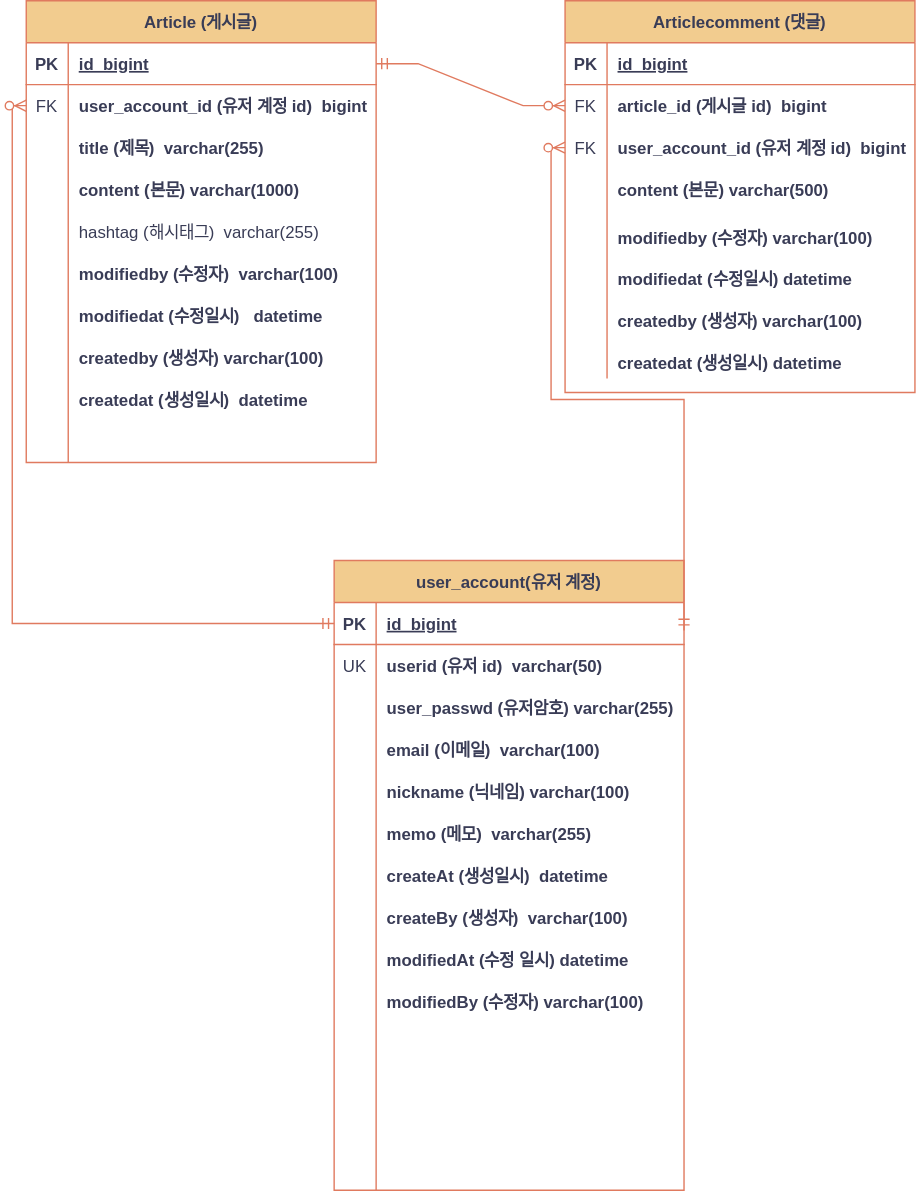
elephant97/fastcampus-project-board keeps this draw.io diagram as document/project-board-erd.svg. Above is the earlier version. Source tidied: cells renumbered, new cells last; positions are measured from the earlier drawing's top-left corner, leaving out a move shared by most shapes.
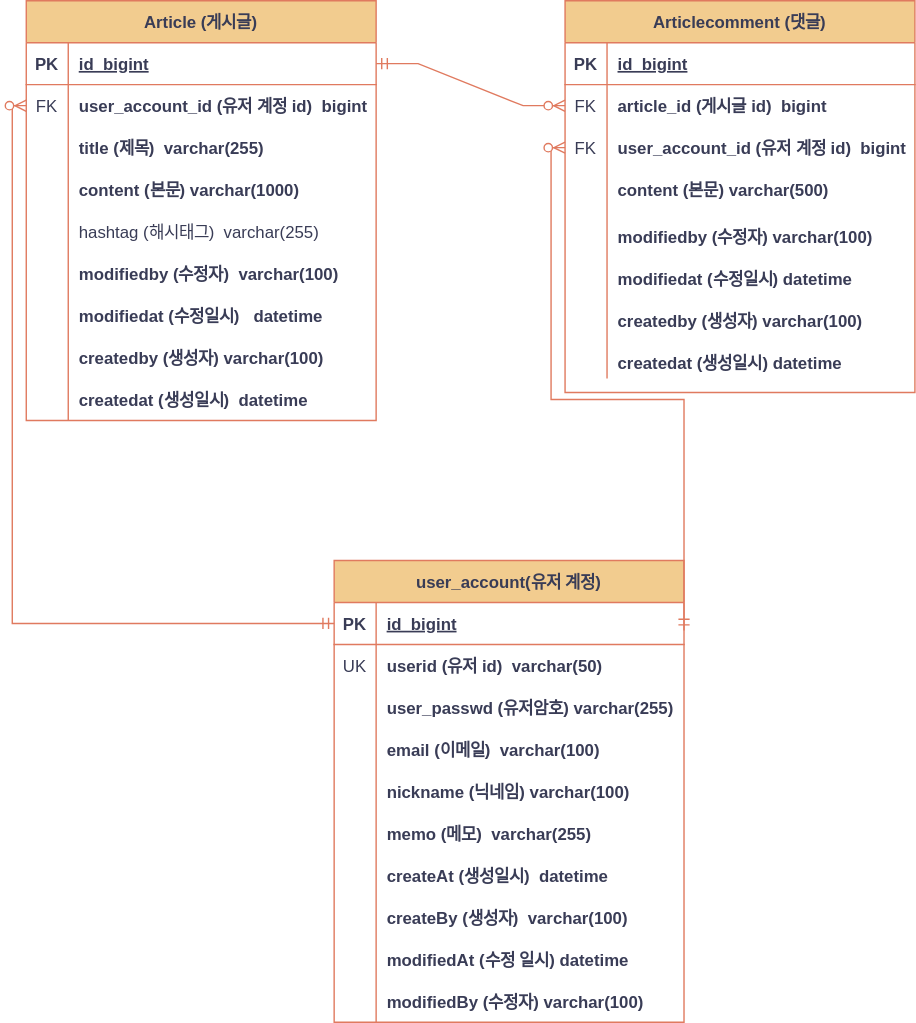
After the change.

Commit message:
#15 - 다이어그램 작성 공백 제거

What changed in the source:
```diff
@@ -78,7 +78,7 @@
       <mxGeometry x="30" width="220" height="30" as="geometry" />
     </mxCell>
     <mxCell id="27" value="Article (게시글)" style="shape=table;startSize=30;rowLines=0;fontStyle=1;align=center;labelBackgroundColor=none;fillColor=#F2CC8F;strokeColor=#E07A5F;fontColor=#393C56;" parent="1" vertex="1">
-      <mxGeometry width="250" height="330" as="geometry" />
+      <mxGeometry width="250" height="300" as="geometry" />
     </mxCell>
     <mxCell id="28" style="shape=partialRectangle;fillColor=none;points=[[0,0.5],[1,0.5]];portConstraint=eastwest;top=0;left=0;right=0;bottom=1;labelBackgroundColor=none;strokeColor=#E07A5F;fontColor=#393C56;" parent="27" vertex="1">
       <mxGeometry y="30" width="250" height="30" as="geometry" />
@@ -161,15 +161,6 @@
     <mxCell id="54" value="createdat (생성일시)  datetime" style="shape=partialRectangle;overflow=hidden;fillColor=none;top=0;left=0;bottom=0;right=0;align=left;spacingLeft=6;fontStyle=1;labelBackgroundColor=none;strokeColor=#E07A5F;fontColor=#393C56;" parent="52" vertex="1">
       <mxGeometry x="30" width="220" height="30" as="geometry" />
     </mxCell>
-    <mxCell id="55" style="shape=partialRectangle;fillColor=none;top=0;left=0;right=0;bottom=0;labelBackgroundColor=none;strokeColor=#E07A5F;fontColor=#393C56;" parent="27" vertex="1">
-      <mxGeometry y="300" width="250" height="30" as="geometry" />
-    </mxCell>
-    <mxCell id="56" style="shape=partialRectangle;overflow=hidden;fillColor=none;top=0;left=0;bottom=0;right=0;labelBackgroundColor=none;strokeColor=#E07A5F;fontColor=#393C56;" parent="55" vertex="1">
-      <mxGeometry width="30" height="30" as="geometry" />
-    </mxCell>
-    <mxCell id="57" style="shape=partialRectangle;overflow=hidden;fillColor=none;top=0;left=0;bottom=0;right=0;align=left;spacingLeft=6;labelBackgroundColor=none;strokeColor=#E07A5F;fontColor=#393C56;" parent="55" vertex="1">
-      <mxGeometry x="30" width="220" height="30" as="geometry" />
-    </mxCell>
     <mxCell id="58" style="edgeStyle=entityRelationEdgeStyle;fontSize=12;html=1;endArrow=ERzeroToMany;startArrow=ERmandOne;rounded=0;entryX=0;entryY=0.5;entryDx=0;entryDy=0;exitX=1;exitY=0.5;exitDx=0;exitDy=0;labelBackgroundColor=none;strokeColor=#E07A5F;fontColor=default;" parent="1" edge="1" source="28" target="6">
       <mxGeometry relative="1" as="geometry" />
     </mxCell>
@@ -186,7 +177,7 @@
       <mxGeometry x="415" y="244" width="220" height="30" as="geometry" />
     </mxCell>
     <mxCell id="63" value="user_account(유저 계정)" style="shape=table;startSize=30;rowLines=0;fontStyle=1;align=center;labelBackgroundColor=none;fillColor=#F2CC8F;strokeColor=#E07A5F;fontColor=#393C56;" parent="1" vertex="1">
-      <mxGeometry x="220" y="400" width="250" height="450" as="geometry" />
+      <mxGeometry x="220" y="400" width="250" height="330" as="geometry" />
     </mxCell>
     <mxCell id="64" style="shape=partialRectangle;fillColor=none;points=[[0,0.5],[1,0.5]];portConstraint=eastwest;top=0;left=0;right=0;bottom=1;labelBackgroundColor=none;strokeColor=#E07A5F;fontColor=#393C56;" parent="63" vertex="1">
       <mxGeometry y="30" width="250" height="30" as="geometry" />
@@ -278,42 +269,6 @@
     <mxCell id="93" value="modifiedBy (수정자) varchar(100)" style="shape=partialRectangle;overflow=hidden;fillColor=none;top=0;left=0;bottom=0;right=0;align=left;spacingLeft=6;fontStyle=1;labelBackgroundColor=none;strokeColor=#E07A5F;fontColor=#393C56;" parent="91" vertex="1">
       <mxGeometry x="30" width="220" height="30" as="geometry" />
     </mxCell>
-    <mxCell id="94" style="shape=partialRectangle;fillColor=none;top=0;left=0;right=0;bottom=0;labelBackgroundColor=none;strokeColor=#E07A5F;fontColor=#393C56;" parent="63" vertex="1">
-      <mxGeometry y="330" width="250" height="30" as="geometry" />
-    </mxCell>
-    <mxCell id="95" style="shape=partialRectangle;overflow=hidden;fillColor=none;top=0;left=0;bottom=0;right=0;labelBackgroundColor=none;strokeColor=#E07A5F;fontColor=#393C56;" parent="94" vertex="1">
-      <mxGeometry width="30" height="30" as="geometry" />
-    </mxCell>
-    <mxCell id="96" style="shape=partialRectangle;overflow=hidden;fillColor=none;top=0;left=0;bottom=0;right=0;align=left;spacingLeft=6;fontStyle=1;labelBackgroundColor=none;strokeColor=#E07A5F;fontColor=#393C56;" parent="94" vertex="1">
-      <mxGeometry x="30" width="220" height="30" as="geometry" />
-    </mxCell>
-    <mxCell id="97" style="shape=partialRectangle;fillColor=none;top=0;left=0;right=0;bottom=0;labelBackgroundColor=none;strokeColor=#E07A5F;fontColor=#393C56;" parent="63" vertex="1">
-      <mxGeometry y="360" width="250" height="30" as="geometry" />
-    </mxCell>
-    <mxCell id="98" style="shape=partialRectangle;overflow=hidden;fillColor=none;top=0;left=0;bottom=0;right=0;labelBackgroundColor=none;strokeColor=#E07A5F;fontColor=#393C56;" parent="97" vertex="1">
-      <mxGeometry width="30" height="30" as="geometry" />
-    </mxCell>
-    <mxCell id="99" style="shape=partialRectangle;overflow=hidden;fillColor=none;top=0;left=0;bottom=0;right=0;align=left;spacingLeft=6;fontStyle=1;labelBackgroundColor=none;strokeColor=#E07A5F;fontColor=#393C56;" parent="97" vertex="1">
-      <mxGeometry x="30" width="220" height="30" as="geometry" />
-    </mxCell>
-    <mxCell id="100" style="shape=partialRectangle;fillColor=none;top=0;left=0;right=0;bottom=0;labelBackgroundColor=none;strokeColor=#E07A5F;fontColor=#393C56;" parent="63" vertex="1">
-      <mxGeometry y="390" width="250" height="30" as="geometry" />
-    </mxCell>
-    <mxCell id="101" style="shape=partialRectangle;overflow=hidden;fillColor=none;top=0;left=0;bottom=0;right=0;labelBackgroundColor=none;strokeColor=#E07A5F;fontColor=#393C56;" parent="100" vertex="1">
-      <mxGeometry width="30" height="30" as="geometry" />
-    </mxCell>
-    <mxCell id="102" style="shape=partialRectangle;overflow=hidden;fillColor=none;top=0;left=0;bottom=0;right=0;align=left;spacingLeft=6;fontStyle=1;labelBackgroundColor=none;strokeColor=#E07A5F;fontColor=#393C56;" parent="100" vertex="1">
-      <mxGeometry x="30" width="220" height="30" as="geometry" />
-    </mxCell>
-    <mxCell id="103" style="shape=partialRectangle;fillColor=none;top=0;left=0;right=0;bottom=0;labelBackgroundColor=none;strokeColor=#E07A5F;fontColor=#393C56;" parent="63" vertex="1">
-      <mxGeometry y="420" width="250" height="30" as="geometry" />
-    </mxCell>
-    <mxCell id="104" style="shape=partialRectangle;overflow=hidden;fillColor=none;top=0;left=0;bottom=0;right=0;labelBackgroundColor=none;strokeColor=#E07A5F;fontColor=#393C56;" parent="103" vertex="1">
-      <mxGeometry width="30" height="30" as="geometry" />
-    </mxCell>
-    <mxCell id="105" style="shape=partialRectangle;overflow=hidden;fillColor=none;top=0;left=0;bottom=0;right=0;align=left;spacingLeft=6;fontStyle=1;labelBackgroundColor=none;strokeColor=#E07A5F;fontColor=#393C56;" parent="103" vertex="1">
-      <mxGeometry x="30" width="220" height="30" as="geometry" />
-    </mxCell>
     <mxCell id="106" style="edgeStyle=orthogonalEdgeStyle;fontSize=12;html=1;endArrow=ERzeroToMany;startArrow=ERmandOne;rounded=0;entryX=0;entryY=0.5;entryDx=0;entryDy=0;exitX=0;exitY=0.5;exitDx=0;exitDy=0;labelBackgroundColor=none;strokeColor=#E07A5F;fontColor=default;" parent="1" edge="1" source="64" target="31">
       <mxGeometry relative="1" as="geometry" />
     </mxCell>
```
